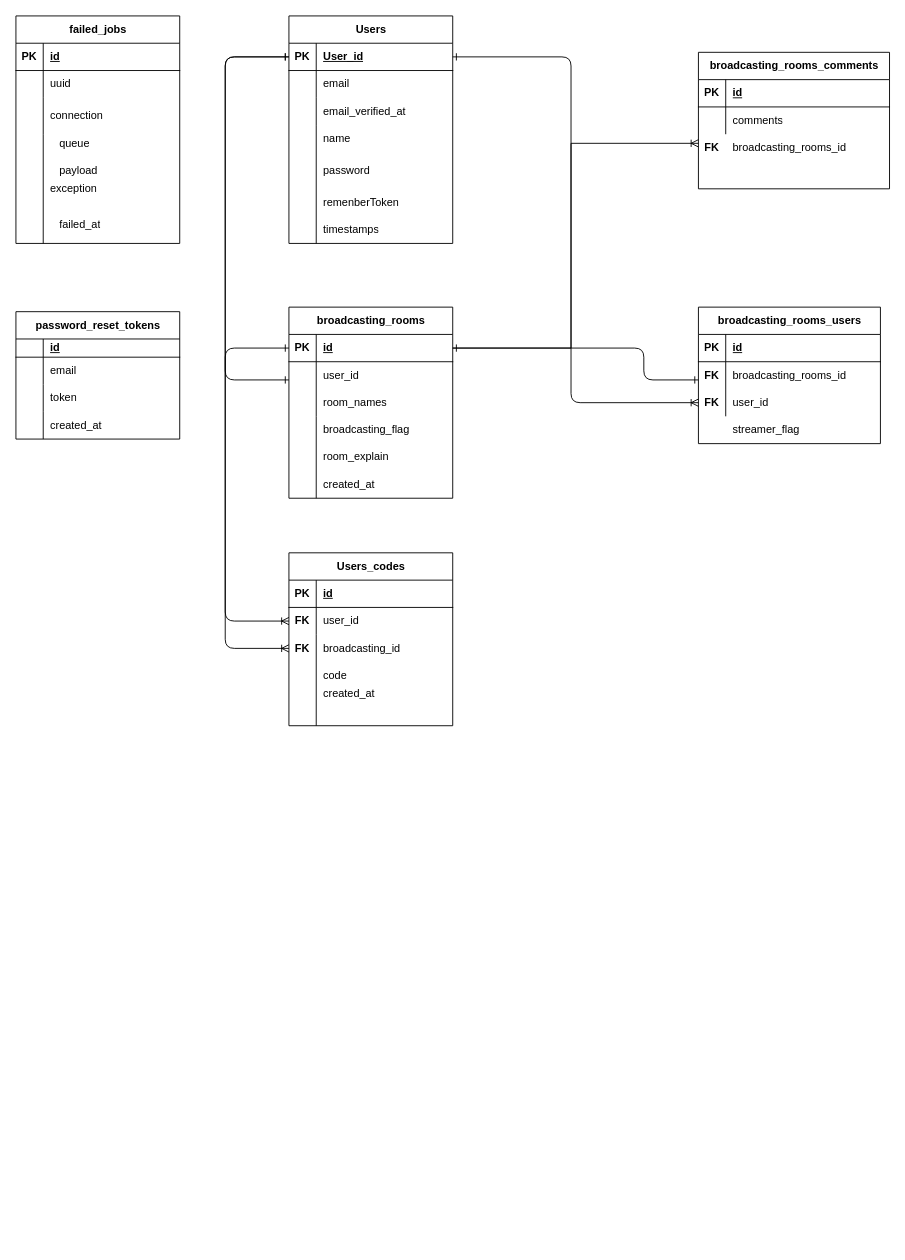
Before: ER図_G-voice.drawio in Taka-ho/G-voice, a draw.io diagram. Source tidied: cells renumbered, new cells numbered last; positions are measured from the earlier drawing's top-left corner, leaving out a move shared by most shapes. Both pictures are drawn from the tidied source at 91%, with x=0, y=0 at pixel (15, 15).
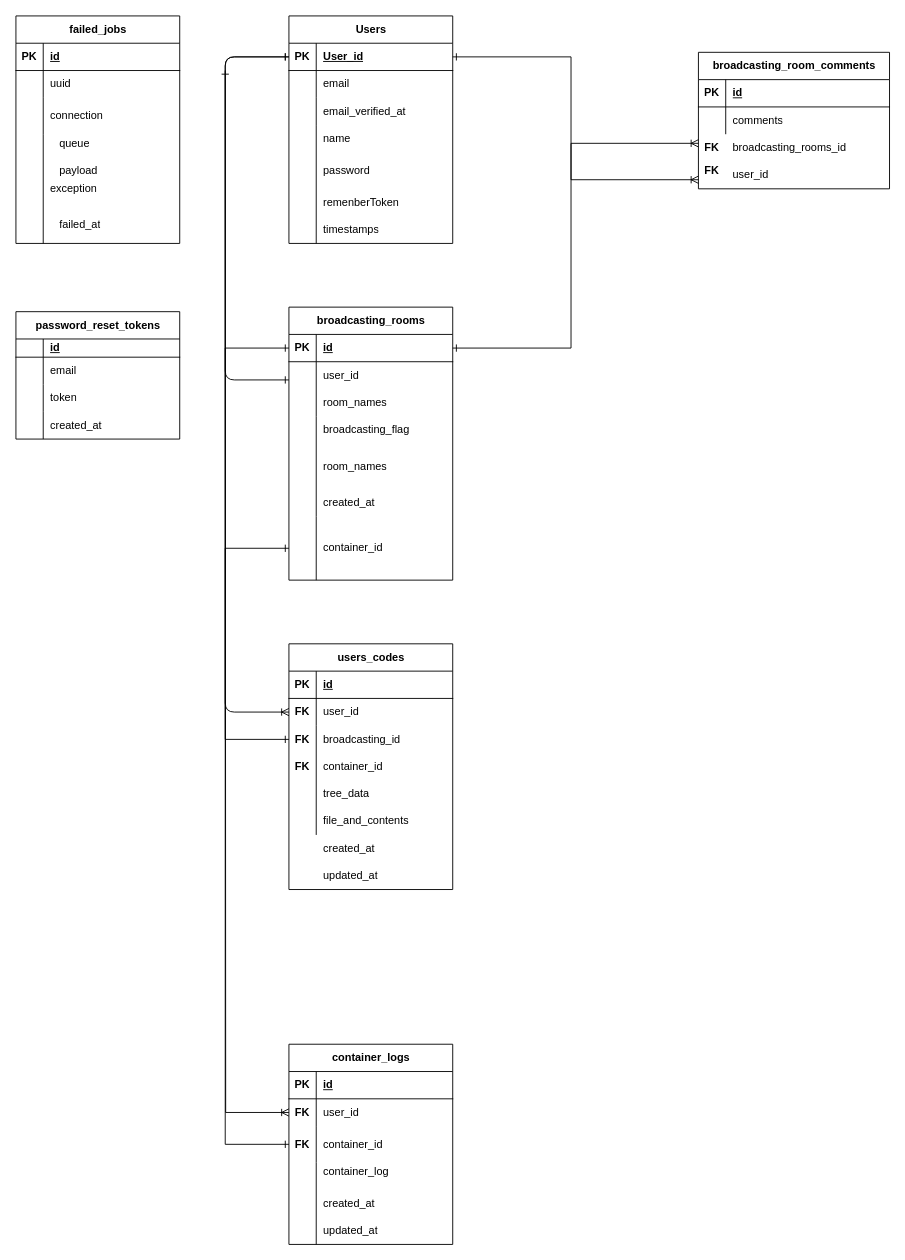
After the change.

The change refers to these unchanged cells:
```xml
<mxCell id="3" style="shape=tableRow;horizontal=0;startSize=0;swimlaneHead=0;swimlaneBody=0;fillColor=none;points=[[0,0.5],[1,0.5]];portConstraint=eastwest;top=0;left=0;right=0;bottom=1;" parent="2" vertex="1">
  <mxGeometry y="30" width="180" height="30" as="geometry" />
</mxCell>
<mxCell id="52" style="shape=tableRow;horizontal=0;startSize=0;swimlaneHead=0;swimlaneBody=0;fillColor=none;points=[[0,0.5],[1,0.5]];portConstraint=eastwest;top=0;left=0;right=0;bottom=1;" parent="51" vertex="1">
  <mxGeometry y="30" width="180" height="30" as="geometry" />
</mxCell>
<mxCell id="79" style="shape=tableRow;horizontal=0;startSize=0;swimlaneHead=0;swimlaneBody=0;fillColor=none;points=[[0,0.5],[1,0.5]];portConstraint=eastwest;top=0;left=0;right=0;bottom=0;" parent="75" vertex="1">
  <mxGeometry y="60" width="180" height="30" as="geometry" />
</mxCell>
<mxCell id="82" style="shape=tableRow;horizontal=0;startSize=0;swimlaneHead=0;swimlaneBody=0;fillColor=none;points=[[0,0.5],[1,0.5]];portConstraint=eastwest;top=0;left=0;right=0;bottom=0;" parent="75" vertex="1">
  <mxGeometry y="90" width="180" height="30" as="geometry" />
</mxCell>
```

Change to the diagram source:
```diff
@@
     <mxCell id="2" value="broadcasting_rooms" style="shape=table;startSize=30;childLayout=tableLayout;rowLines=0;fontStyle=1;align=center;html=1;" parent="1" vertex="1">
-      <mxGeometry x="300" y="320" width="180" height="210" as="geometry" />
+      <mxGeometry x="300" y="320" width="180" height="300" as="geometry" />
     </mxCell>
@@
+    <mxCell id="110" style="shape=tableRow;horizontal=0;startSize=0;swimlaneHead=0;swimlaneBody=0;fillColor=none;top=0;left=0;right=0;bottom=0;" parent="2" vertex="1">
+      <mxGeometry y="90" width="180" height="30" as="geometry" />
+    </mxCell>
+    <mxCell id="111" style="shape=partialRectangle;fillColor=none;top=0;left=0;bottom=0;right=0;overflow=hidden;whiteSpace=wrap;html=1;" parent="110" vertex="1">
+      <mxGeometry width="30" height="30" as="geometry" />
+    </mxCell>
+    <mxCell id="112" value="room_names" style="shape=partialRectangle;fillColor=none;top=0;left=0;bottom=0;right=0;align=left;spacingLeft=6;overflow=hidden;whiteSpace=wrap;html=1;" parent="110" vertex="1">
+      <mxGeometry x="30" width="150" height="30" as="geometry" />
+    </mxCell>
     <mxCell id="9" style="shape=tableRow;horizontal=0;startSize=0;swimlaneHead=0;swimlaneBody=0;fillColor=none;top=0;left=0;right=0;bottom=0;" parent="2" vertex="1">
-      <mxGeometry y="90" width="180" height="30" as="geometry" />
+      <mxGeometry y="120" width="180" height="110" as="geometry" />
     </mxCell>
     <mxCell id="10" style="shape=partialRectangle;fillColor=none;top=0;left=0;bottom=0;right=0;overflow=hidden;whiteSpace=wrap;html=1;" parent="9" vertex="1">
-      <mxGeometry width="30" height="30" as="geometry" />
+      <mxGeometry width="30" height="110" as="geometry" />
     </mxCell>
     <mxCell id="11" value="room_names" style="shape=partialRectangle;fillColor=none;top=0;left=0;bottom=0;right=0;align=left;spacingLeft=6;overflow=hidden;whiteSpace=wrap;html=1;" parent="9" vertex="1">
-      <mxGeometry x="30" width="150" height="30" as="geometry" />
+      <mxGeometry x="30" width="150" height="110" as="geometry" />
     </mxCell>
     <mxCell id="12" style="shape=tableRow;horizontal=0;startSize=0;swimlaneHead=0;swimlaneBody=0;fillColor=none;points=[[0,0.5],[1,0.5]];portConstraint=eastwest;top=0;left=0;right=0;bottom=0;" parent="2" vertex="1">
-      <mxGeometry y="120" width="180" height="90" as="geometry" />
+      <mxGeometry y="230" width="180" height="70" as="geometry" />
     </mxCell>
     <mxCell id="13" style="shape=partialRectangle;fillColor=none;top=0;left=0;bottom=0;right=0;overflow=hidden;whiteSpace=wrap;html=1;" parent="12" vertex="1">
-      <mxGeometry width="30" height="90" as="geometry" />
+      <mxGeometry width="30" height="70" as="geometry" />
     </mxCell>
-    <mxCell id="14" value="room_explain" style="shape=partialRectangle;fillColor=none;top=0;left=0;bottom=0;right=0;align=left;spacingLeft=6;overflow=hidden;whiteSpace=wrap;html=1;" parent="12" vertex="1">
-      <mxGeometry x="30" width="150" height="90" as="geometry" />
+    <mxCell id="14" style="shape=partialRectangle;fillColor=none;top=0;left=0;bottom=0;right=0;align=left;spacingLeft=6;overflow=hidden;whiteSpace=wrap;html=1;" parent="12" vertex="1">
+      <mxGeometry x="30" width="150" height="70" as="geometry" />
     </mxCell>
@@
-    <mxCell id="28" value="&lt;div style=&quot;text-align: start;&quot;&gt;broadcasting_rooms_users&lt;br&gt;&lt;/div&gt;" style="shape=table;startSize=30;childLayout=tableLayout;rowLines=0;fontStyle=1;align=center;html=1;" parent="1" vertex="1">
-      <mxGeometry x="750" y="320" width="200" height="150" as="geometry" />
-    </mxCell>
-    <mxCell id="29" style="shape=tableRow;horizontal=0;startSize=0;swimlaneHead=0;swimlaneBody=0;fillColor=none;top=0;left=0;right=0;bottom=1;" parent="28" vertex="1">
-      <mxGeometry y="30" width="200" height="30" as="geometry" />
-    </mxCell>
-    <mxCell id="30" value="PK" style="shape=partialRectangle;fillColor=none;top=0;left=0;bottom=0;right=0;fontStyle=1;overflow=hidden;whiteSpace=wrap;html=1;" parent="29" vertex="1">
-      <mxGeometry width="30" height="30" as="geometry" />
-    </mxCell>
-    <mxCell id="31" value="id" style="shape=partialRectangle;fillColor=none;top=0;left=0;bottom=0;right=0;align=left;spacingLeft=6;fontStyle=5;overflow=hidden;whiteSpace=wrap;html=1;" parent="29" vertex="1">
-      <mxGeometry x="30" width="170" height="30" as="geometry" />
-    </mxCell>
-    <mxCell id="32" style="shape=tableRow;horizontal=0;startSize=0;swimlaneHead=0;swimlaneBody=0;fillColor=none;top=0;left=0;right=0;bottom=0;" parent="28" vertex="1">
-      <mxGeometry y="60" width="200" height="30" as="geometry" />
-    </mxCell>
-    <mxCell id="33" style="shape=partialRectangle;fillColor=none;top=0;left=0;bottom=0;right=0;overflow=hidden;whiteSpace=wrap;html=1;" parent="32" vertex="1">
-      <mxGeometry width="30" height="30" as="geometry" />
-    </mxCell>
-    <mxCell id="34" value="broadcasting_rooms_id" style="shape=partialRectangle;fillColor=none;top=0;left=0;bottom=0;right=0;align=left;spacingLeft=6;overflow=hidden;whiteSpace=wrap;html=1;" parent="32" vertex="1">
-      <mxGeometry x="30" width="170" height="30" as="geometry" />
-    </mxCell>
-    <mxCell id="35" style="shape=tableRow;horizontal=0;startSize=0;swimlaneHead=0;swimlaneBody=0;fillColor=none;top=0;left=0;right=0;bottom=0;" parent="28" vertex="1">
-      <mxGeometry y="90" width="200" height="30" as="geometry" />
-    </mxCell>
-    <mxCell id="36" style="shape=partialRectangle;fillColor=none;top=0;left=0;bottom=0;right=0;overflow=hidden;whiteSpace=wrap;html=1;" parent="35" vertex="1">
-      <mxGeometry width="30" height="30" as="geometry" />
-    </mxCell>
-    <mxCell id="37" value="user_id" style="shape=partialRectangle;fillColor=none;top=0;left=0;bottom=0;right=0;align=left;spacingLeft=6;overflow=hidden;whiteSpace=wrap;html=1;" parent="35" vertex="1">
-      <mxGeometry x="30" width="170" height="30" as="geometry" />
-    </mxCell>
@@
     <mxCell id="74" value="created_at" style="shape=partialRectangle;fillColor=none;top=0;left=0;bottom=0;right=0;align=left;spacingLeft=6;overflow=hidden;whiteSpace=wrap;html=1;" parent="1" vertex="1">
-      <mxGeometry x="330" y="500" width="150" height="30" as="geometry" />
+      <mxGeometry x="330" y="520" width="150" height="30" as="geometry" />
     </mxCell>
-    <mxCell id="75" value="Users_codes" style="shape=table;startSize=30;childLayout=tableLayout;rowLines=0;fontStyle=1;align=center;html=1;" parent="1" vertex="1">
-      <mxGeometry x="300" y="590" width="180" height="190" as="geometry" />
+    <mxCell id="75" value="users_codes" style="shape=table;startSize=30;childLayout=tableLayout;rowLines=0;fontStyle=1;align=center;html=1;" parent="1" vertex="1">
+      <mxGeometry x="300" y="690" width="180" height="270" as="geometry" />
     </mxCell>
@@
     <mxCell id="85" style="shape=tableRow;horizontal=0;startSize=0;swimlaneHead=0;swimlaneBody=0;fillColor=none;top=0;left=0;right=0;bottom=0;" parent="75" vertex="1">
-      <mxGeometry y="120" width="180" height="70" as="geometry" />
+      <mxGeometry y="120" width="180" height="90" as="geometry" />
     </mxCell>
     <mxCell id="86" style="shape=partialRectangle;fillColor=none;top=0;left=0;bottom=0;right=0;overflow=hidden;whiteSpace=wrap;html=1;" parent="85" vertex="1">
-      <mxGeometry width="30" height="70" as="geometry" />
+      <mxGeometry width="30" height="90" as="geometry" />
     </mxCell>
-    <mxCell id="87" value="created_at" style="shape=partialRectangle;fillColor=none;top=0;left=0;bottom=0;right=0;align=left;spacingLeft=6;overflow=hidden;whiteSpace=wrap;html=1;" parent="85" vertex="1">
-      <mxGeometry x="30" width="150" height="70" as="geometry" />
+    <mxCell id="87" style="shape=partialRectangle;fillColor=none;top=0;left=0;bottom=0;right=0;align=left;spacingLeft=6;overflow=hidden;whiteSpace=wrap;html=1;" parent="85" vertex="1">
+      <mxGeometry x="30" width="150" height="90" as="geometry" />
     </mxCell>
-    <mxCell id="88" value="code" style="shape=partialRectangle;fillColor=none;top=0;left=0;bottom=0;right=0;align=left;spacingLeft=6;overflow=hidden;whiteSpace=wrap;html=1;" parent="1" vertex="1">
-      <mxGeometry x="330" y="710" width="150" height="30" as="geometry" />
+    <mxCell id="88" value="tree_data" style="shape=partialRectangle;fillColor=none;top=0;left=0;bottom=0;right=0;align=left;spacingLeft=6;overflow=hidden;whiteSpace=wrap;html=1;" parent="1" vertex="1">
+      <mxGeometry x="330" y="840" width="150" height="30" as="geometry" />
     </mxCell>
@@
-    <mxCell id="90" style="edgeStyle=orthogonalEdgeStyle;html=1;exitX=0;exitY=0.5;exitDx=0;exitDy=0;startArrow=ERone;startFill=0;endArrow=ERoneToMany;endFill=0;entryX=0;entryY=0.5;entryDx=0;entryDy=0;" parent="1" edge="1" source="3" target="79">
+    <mxCell id="90" style="edgeStyle=orthogonalEdgeStyle;html=1;startArrow=ERone;startFill=0;endArrow=ERoneToMany;endFill=0;entryX=0;entryY=0.5;entryDx=0;entryDy=0;exitX=0;exitY=0.5;exitDx=0;exitDy=0;" parent="1" edge="1" source="52" target="79">
       <mxGeometry relative="1" as="geometry">
         <Array as="points">
-          <mxPoint x="230" y="365" />
-          <mxPoint x="230" y="665" />
+          <mxPoint x="230" y="45" />
+          <mxPoint x="230" y="765" />
         </Array>
       </mxGeometry>
     </mxCell>
-    <mxCell id="91" style="edgeStyle=orthogonalEdgeStyle;html=1;exitX=0;exitY=0.5;exitDx=0;exitDy=0;entryX=0;entryY=0.5;entryDx=0;entryDy=0;startArrow=ERone;startFill=0;endArrow=ERoneToMany;endFill=0;" parent="1" edge="1" source="52" target="82">
-      <mxGeometry relative="1" as="geometry">
-        <Array as="points">
-          <mxPoint x="230" y="45" />
-          <mxPoint x="230" y="695" />
-        </Array>
-      </mxGeometry>
-    </mxCell>
     <mxCell id="92" value="FK" style="shape=partialRectangle;fillColor=none;top=0;left=0;bottom=0;right=0;fontStyle=1;overflow=hidden;whiteSpace=wrap;html=1;" parent="1" vertex="1">
-      <mxGeometry x="300" y="650" width="30" height="30" as="geometry" />
+      <mxGeometry x="300" y="780" width="30" height="30" as="geometry" />
     </mxCell>
     <mxCell id="93" value="FK" style="shape=partialRectangle;fillColor=none;top=0;left=0;bottom=0;right=0;fontStyle=1;overflow=hidden;whiteSpace=wrap;html=1;" parent="1" vertex="1">
-      <mxGeometry x="300" y="680" width="30" height="30" as="geometry" />
+      <mxGeometry x="300" y="750" width="30" height="30" as="geometry" />
     </mxCell>
-    <mxCell id="94" value="broadcasting_rooms_comments" style="shape=table;startSize=30;childLayout=tableLayout;rowLines=0;fontStyle=1;align=center;html=1;" parent="1" vertex="1">
+    <mxCell id="94" value="broadcasting_room_comments" style="shape=table;startSize=30;childLayout=tableLayout;rowLines=0;fontStyle=1;align=center;html=1;" parent="1" vertex="1">
       <mxGeometry x="750" y="40" width="210" height="150" as="geometry" />
     </mxCell>
@@
-    <mxCell id="102" style="edgeStyle=orthogonalEdgeStyle;html=1;startArrow=ERone;startFill=0;endArrow=ERoneToMany;endFill=0;" parent="1" edge="1" source="52">
-      <mxGeometry relative="1" as="geometry">
-        <mxPoint x="750" y="425" as="targetPoint" />
-        <Array as="points">
-          <mxPoint x="610" y="45" />
-          <mxPoint x="610" y="425" />
-        </Array>
-      </mxGeometry>
-    </mxCell>
-    <mxCell id="103" style="edgeStyle=orthogonalEdgeStyle;html=1;startArrow=ERone;startFill=0;endArrow=ERone;endFill=0;" parent="1" edge="1" source="3">
-      <mxGeometry relative="1" as="geometry">
-        <mxPoint x="750" y="400" as="targetPoint" />
-        <Array as="points">
-          <mxPoint x="690" y="365" />
-          <mxPoint x="690" y="400" />
-        </Array>
-      </mxGeometry>
-    </mxCell>
-    <mxCell id="104" value="FK" style="shape=partialRectangle;fillColor=none;top=0;left=0;bottom=0;right=0;fontStyle=1;overflow=hidden;whiteSpace=wrap;html=1;" parent="1" vertex="1">
-      <mxGeometry x="750" y="410" width="30" height="30" as="geometry" />
-    </mxCell>
-    <mxCell id="105" value="FK" style="shape=partialRectangle;fillColor=none;top=0;left=0;bottom=0;right=0;fontStyle=1;overflow=hidden;whiteSpace=wrap;html=1;" parent="1" vertex="1">
-      <mxGeometry x="750" y="380" width="30" height="30" as="geometry" />
-    </mxCell>
-    <mxCell id="106" value="streamer_flag" style="shape=partialRectangle;fillColor=none;top=0;left=0;bottom=0;right=0;align=left;spacingLeft=6;overflow=hidden;whiteSpace=wrap;html=1;" parent="1" vertex="1">
-      <mxGeometry x="780" y="440" width="170" height="30" as="geometry" />
-    </mxCell>
@@
-    <mxCell id="108" style="edgeStyle=orthogonalEdgeStyle;rounded=0;jettySize=auto;html=1;endArrow=ERoneToMany;endFill=0;" parent="1" edge="1" source="3">
+    <mxCell id="108" style="edgeStyle=orthogonalEdgeStyle;rounded=0;jettySize=auto;html=1;endArrow=ERoneToMany;endFill=0;startArrow=ERone;startFill=0;" parent="1" edge="1" source="3">
       <mxGeometry relative="1" as="geometry">
         <mxPoint x="750" y="140" as="targetPoint" />
         <Array as="points">
           <mxPoint x="610" y="365" />
           <mxPoint x="610" y="140" />
         </Array>
       </mxGeometry>
     </mxCell>
@@
+    <mxCell id="113" value="created_at" style="shape=partialRectangle;fillColor=none;top=0;left=0;bottom=0;right=0;align=left;spacingLeft=6;overflow=hidden;whiteSpace=wrap;html=1;" parent="1" vertex="1">
+      <mxGeometry x="330" y="900" width="150" height="30" as="geometry" />
+    </mxCell>
+    <mxCell id="114" value="updated_at" style="shape=partialRectangle;fillColor=none;top=0;left=0;bottom=0;right=0;align=left;spacingLeft=6;overflow=hidden;whiteSpace=wrap;html=1;" parent="1" vertex="1">
+      <mxGeometry x="330" y="930" width="150" height="30" as="geometry" />
+    </mxCell>
+    <mxCell id="115" value="container_id" style="shape=partialRectangle;fillColor=none;top=0;left=0;bottom=0;right=0;align=left;spacingLeft=6;overflow=hidden;whiteSpace=wrap;html=1;" parent="1" vertex="1">
+      <mxGeometry x="330" y="810" width="150" height="30" as="geometry" />
+    </mxCell>
+    <mxCell id="116" value="container_logs" style="shape=table;startSize=30;childLayout=tableLayout;rowLines=0;fontStyle=1;align=center;html=1;" parent="1" vertex="1">
+      <mxGeometry x="300" y="1130" width="180" height="220" as="geometry" />
+    </mxCell>
+    <mxCell id="117" style="shape=tableRow;horizontal=0;startSize=0;swimlaneHead=0;swimlaneBody=0;fillColor=none;top=0;left=0;right=0;bottom=1;" parent="116" vertex="1">
+      <mxGeometry y="30" width="180" height="30" as="geometry" />
+    </mxCell>
+    <mxCell id="30" value="PK" style="shape=partialRectangle;fillColor=none;top=0;left=0;bottom=0;right=0;fontStyle=1;overflow=hidden;whiteSpace=wrap;html=1;" parent="117" vertex="1">
+      <mxGeometry width="30" height="30" as="geometry" />
+    </mxCell>
+    <mxCell id="31" value="id" style="shape=partialRectangle;fillColor=none;top=0;left=0;bottom=0;right=0;align=left;spacingLeft=6;fontStyle=5;overflow=hidden;whiteSpace=wrap;html=1;" parent="117" vertex="1">
+      <mxGeometry x="30" width="150" height="30" as="geometry" />
+    </mxCell>
+    <mxCell id="118" style="shape=tableRow;horizontal=0;startSize=0;swimlaneHead=0;swimlaneBody=0;fillColor=none;points=[[0,0.5],[1,0.5]];portConstraint=eastwest;top=0;left=0;right=0;bottom=0;" parent="116" vertex="1">
+      <mxGeometry y="60" width="180" height="30" as="geometry" />
+    </mxCell>
+    <mxCell id="119" style="shape=partialRectangle;fillColor=none;top=0;left=0;bottom=0;right=0;overflow=hidden;whiteSpace=wrap;html=1;" parent="118" vertex="1">
+      <mxGeometry width="30" height="30" as="geometry" />
+    </mxCell>
+    <mxCell id="120" value="user_id" style="shape=partialRectangle;fillColor=none;top=0;left=0;bottom=0;right=0;align=left;spacingLeft=6;overflow=hidden;whiteSpace=wrap;html=1;" parent="118" vertex="1">
+      <mxGeometry x="30" width="150" height="30" as="geometry" />
+    </mxCell>
+    <mxCell id="121" style="shape=tableRow;horizontal=0;startSize=0;swimlaneHead=0;swimlaneBody=0;fillColor=none;points=[[0,0.5],[1,0.5]];portConstraint=eastwest;top=0;left=0;right=0;bottom=0;" parent="116" vertex="1">
+      <mxGeometry y="90" width="180" height="40" as="geometry" />
+    </mxCell>
+    <mxCell id="122" style="shape=partialRectangle;fillColor=none;top=0;left=0;bottom=0;right=0;overflow=hidden;whiteSpace=wrap;html=1;" parent="121" vertex="1">
+      <mxGeometry width="30" height="40" as="geometry" />
+    </mxCell>
+    <mxCell id="123" value="container_id" style="shape=partialRectangle;fillColor=none;top=0;left=0;bottom=0;right=0;align=left;spacingLeft=6;overflow=hidden;whiteSpace=wrap;html=1;" parent="121" vertex="1">
+      <mxGeometry x="30" width="150" height="40" as="geometry" />
+    </mxCell>
+    <mxCell id="124" style="shape=tableRow;horizontal=0;startSize=0;swimlaneHead=0;swimlaneBody=0;fillColor=none;top=0;left=0;right=0;bottom=0;" parent="116" vertex="1">
+      <mxGeometry y="130" width="180" height="90" as="geometry" />
+    </mxCell>
+    <mxCell id="125" style="shape=partialRectangle;fillColor=none;top=0;left=0;bottom=0;right=0;overflow=hidden;whiteSpace=wrap;html=1;" parent="124" vertex="1">
+      <mxGeometry width="30" height="90" as="geometry" />
+    </mxCell>
+    <mxCell id="126" style="shape=partialRectangle;fillColor=none;top=0;left=0;bottom=0;right=0;align=left;spacingLeft=6;overflow=hidden;whiteSpace=wrap;html=1;" parent="124" vertex="1">
+      <mxGeometry x="30" width="150" height="90" as="geometry" />
+    </mxCell>
+    <mxCell id="127" value="created_at" style="shape=partialRectangle;fillColor=none;top=0;left=0;bottom=0;right=0;align=left;spacingLeft=6;overflow=hidden;whiteSpace=wrap;html=1;" parent="1" vertex="1">
+      <mxGeometry x="330" y="1290" width="150" height="30" as="geometry" />
+    </mxCell>
+    <mxCell id="128" value="updated_at" style="shape=partialRectangle;fillColor=none;top=0;left=0;bottom=0;right=0;align=left;spacingLeft=6;overflow=hidden;whiteSpace=wrap;html=1;" parent="1" vertex="1">
+      <mxGeometry x="330" y="1320" width="150" height="30" as="geometry" />
+    </mxCell>
+    <mxCell id="129" value="file_and_contents" style="shape=partialRectangle;fillColor=none;top=0;left=0;bottom=0;right=0;align=left;spacingLeft=6;overflow=hidden;whiteSpace=wrap;html=1;" parent="1" vertex="1">
+      <mxGeometry x="330" y="870" width="150" height="30" as="geometry" />
+    </mxCell>
+    <mxCell id="130" style="edgeStyle=orthogonalEdgeStyle;rounded=0;jettySize=auto;html=1;endArrow=ERoneToMany;endFill=0;startArrow=ERone;startFill=0;" parent="1" edge="1" source="52">
+      <mxGeometry relative="1" as="geometry">
+        <mxPoint x="750" y="180" as="targetPoint" />
+        <Array as="points">
+          <mxPoint x="610" y="45" />
+          <mxPoint x="610" y="180" />
+        </Array>
+      </mxGeometry>
+    </mxCell>
+    <mxCell id="131" value="user_id" style="shape=partialRectangle;fillColor=none;top=0;left=0;bottom=0;right=0;align=left;spacingLeft=6;overflow=hidden;whiteSpace=wrap;html=1;" parent="1" vertex="1">
+      <mxGeometry x="780" y="160" width="180" height="30" as="geometry" />
+    </mxCell>
+    <mxCell id="132" value="FK" style="shape=partialRectangle;fillColor=none;top=0;left=0;bottom=0;right=0;fontStyle=1;overflow=hidden;whiteSpace=wrap;html=1;" parent="1" vertex="1">
+      <mxGeometry x="750" y="155" width="30" height="30" as="geometry" />
+    </mxCell>
+    <mxCell id="133" style="edgeStyle=orthogonalEdgeStyle;rounded=0;jettySize=auto;html=1;entryX=0;entryY=0.5;entryDx=0;entryDy=0;endArrow=ERoneToMany;endFill=0;startArrow=ERone;startFill=0;" parent="1" edge="1" target="118">
+      <mxGeometry relative="1" as="geometry">
+        <mxPoint x="230" y="60" as="sourcePoint" />
+      </mxGeometry>
+    </mxCell>
+    <mxCell id="134" style="edgeStyle=orthogonalEdgeStyle;rounded=0;jettySize=auto;html=1;entryX=0;entryY=0.5;entryDx=0;entryDy=0;exitX=0;exitY=0.5;exitDx=0;exitDy=0;startArrow=ERone;startFill=0;endArrow=ERone;endFill=0;" parent="1" edge="1" source="3" target="82">
+      <mxGeometry relative="1" as="geometry">
+        <Array as="points">
+          <mxPoint x="230" y="365" />
+          <mxPoint x="230" y="795" />
+        </Array>
+      </mxGeometry>
+    </mxCell>
+    <mxCell id="135" value="container_id" style="shape=partialRectangle;fillColor=none;top=0;left=0;bottom=0;right=0;align=left;spacingLeft=6;overflow=hidden;whiteSpace=wrap;html=1;" parent="1" vertex="1">
+      <mxGeometry x="330" y="570" width="150" height="30" as="geometry" />
+    </mxCell>
+    <mxCell id="136" style="edgeStyle=orthogonalEdgeStyle;rounded=0;jettySize=auto;html=1;entryX=0;entryY=0.5;entryDx=0;entryDy=0;startArrow=ERone;startFill=0;endArrow=ERone;endFill=0;" parent="1" edge="1" source="12" target="121">
+      <mxGeometry relative="1" as="geometry">
+        <Array as="points">
+          <mxPoint x="230" y="585" />
+          <mxPoint x="230" y="1240" />
+        </Array>
+      </mxGeometry>
+    </mxCell>
+    <mxCell id="137" value="FK" style="shape=partialRectangle;fillColor=none;top=0;left=0;bottom=0;right=0;fontStyle=1;overflow=hidden;whiteSpace=wrap;html=1;" parent="1" vertex="1">
+      <mxGeometry x="300" y="810" width="30" height="30" as="geometry" />
+    </mxCell>
+    <mxCell id="138" value="container_log" style="shape=partialRectangle;fillColor=none;top=0;left=0;bottom=0;right=0;align=left;spacingLeft=6;overflow=hidden;whiteSpace=wrap;html=1;" parent="1" vertex="1">
+      <mxGeometry x="330" y="1250" width="150" height="40" as="geometry" />
+    </mxCell>
+    <mxCell id="139" value="FK" style="shape=partialRectangle;fillColor=none;top=0;left=0;bottom=0;right=0;fontStyle=1;overflow=hidden;whiteSpace=wrap;html=1;" parent="1" vertex="1">
+      <mxGeometry x="300" y="1225" width="30" height="30" as="geometry" />
+    </mxCell>
+    <mxCell id="140" value="FK" style="shape=partialRectangle;fillColor=none;top=0;left=0;bottom=0;right=0;fontStyle=1;overflow=hidden;whiteSpace=wrap;html=1;" parent="1" vertex="1">
+      <mxGeometry x="300" y="1190" width="30" height="30" as="geometry" />
+    </mxCell>
```
